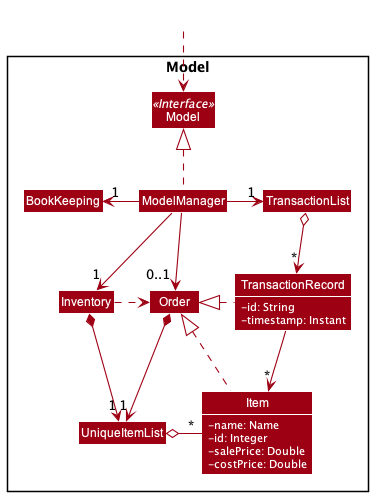
This is docs/images/ModelLowLevelClassDiagram.png from nus-cs2103-AY2122S1/tp, a PlantUML export, as it was before one commit. Source of this version:
```plantuml
@startuml
!include style.puml
skinparam arrowThickness 1.1
skinparam arrowColor MODEL_COLOR
skinparam classBackgroundColor MODEL_COLOR

Package Model <<Rectangle>>{
Interface Model <<Interface>>
Class Model
Class ModelManager

Class Inventory
Class TransactionList
Class BookKeeping
Class Order
Class UniqueItemList
Class TransactionRecord {
    -id: String
    -timestamp: Instant
}
Class Item {
    -name: Name
    -id: Integer
    -salePrice: Double
    -costPrice: Double
}

}

Class HiddenOutside #FFFFFF
HiddenOutside ..> Model


ModelManager .up.|> Model
ModelManager -left-> "1" BookKeeping
ModelManager --> "1" Inventory
ModelManager -right-> "1" TransactionList
ModelManager --> "0..1" Order
TransactionList o-down-> "*" TransactionRecord

Inventory .right.> Order

Order *--> "1" UniqueItemList
Inventory *--> "1" UniqueItemList
TransactionRecord --> "*" Item
TransactionRecord .left.|> Order

UniqueItemList o-right- "*" Item
Item .up.|> Order

@enduml
```
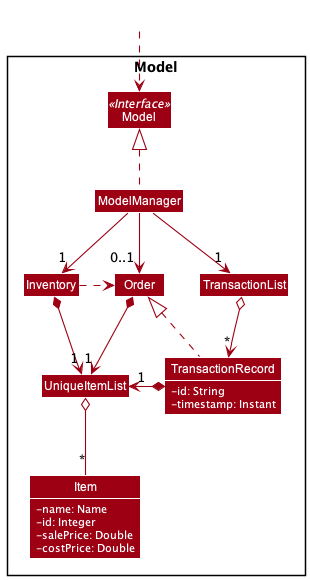
Above is the later version.

Commit message:
Update low level class diagram

The edit, as a diff of the source:
```diff
@@ -11,7 +11,6 @@
 
 Class Inventory
 Class TransactionList
-Class BookKeeping
 Class Order
 Class UniqueItemList
 Class TransactionRecord {
@@ -32,9 +31,8 @@
 
 
 ModelManager .up.|> Model
-ModelManager -left-> "1" BookKeeping
 ModelManager --> "1" Inventory
-ModelManager -right-> "1" TransactionList
+ModelManager --> "1" TransactionList
 ModelManager --> "0..1" Order
 TransactionList o-down-> "*" TransactionRecord
 
@@ -42,10 +40,10 @@
 
 Order *--> "1" UniqueItemList
 Inventory *--> "1" UniqueItemList
-TransactionRecord --> "*" Item
 TransactionRecord .left.|> Order
+TransactionRecord *-left-> "1" UniqueItemList
 
-UniqueItemList o-right- "*" Item
-Item .up.|> Order
+UniqueItemList o-down- "*" Item
+
 
 @enduml
```
